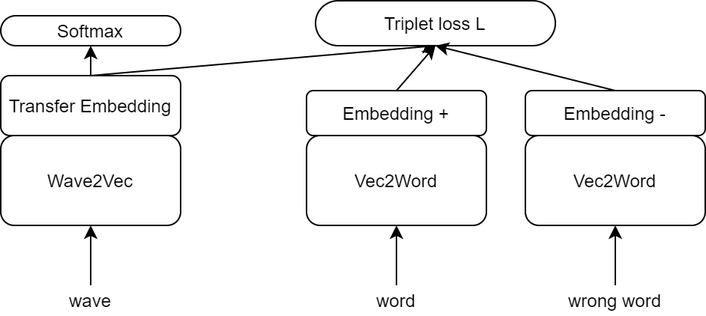
This is images/model_idea.png from NicolaiLassen/02456-deep-learning-corti, a draw.io export, as it was before one commit. Source tidied: cells renumbered, new cells last; positions are measured from the earlier drawing's top-left corner, leaving out a move shared by most shapes.
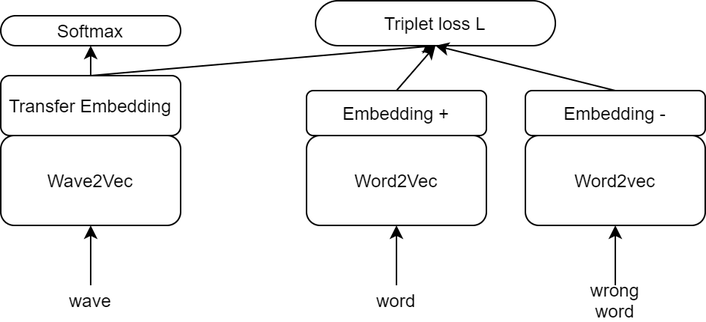
Later version of the same file.

The edit, as a diff of the source:
```diff
@@ -14,10 +14,10 @@
     <mxCell id="5" value="Triplet loss L" style="rounded=1;whiteSpace=wrap;html=1;arcSize=50;" parent="1" vertex="1">
       <mxGeometry x="210" width="160" height="30" as="geometry" />
     </mxCell>
-    <mxCell id="6" value="Vec2Word" style="rounded=1;whiteSpace=wrap;html=1;" parent="1" vertex="1">
+    <mxCell id="6" value="Word2Vec" style="rounded=1;whiteSpace=wrap;html=1;" parent="1" vertex="1">
       <mxGeometry x="204" y="90" width="120" height="60" as="geometry" />
     </mxCell>
-    <mxCell id="7" value="Vec2Word" style="rounded=1;whiteSpace=wrap;html=1;" parent="1" vertex="1">
+    <mxCell id="7" value="Word2vec" style="rounded=1;whiteSpace=wrap;html=1;" parent="1" vertex="1">
       <mxGeometry x="350" y="90" width="120" height="60" as="geometry" />
     </mxCell>
     <mxCell id="8" value="Wave2Vec" style="rounded=1;whiteSpace=wrap;html=1;" parent="1" vertex="1">
@@ -50,7 +50,7 @@
       <mxGeometry relative="1" as="geometry" />
     </mxCell>
     <mxCell id="17" value="wrong word" style="text;html=1;strokeColor=none;fillColor=none;align=center;verticalAlign=middle;whiteSpace=wrap;rounded=0;" parent="1" vertex="1">
-      <mxGeometry x="370" y="190" width="80" height="20" as="geometry" />
+      <mxGeometry x="390" y="190" width="40" height="20" as="geometry" />
     </mxCell>
     <mxCell id="18" value="wave" style="text;html=1;strokeColor=none;fillColor=none;align=center;verticalAlign=middle;whiteSpace=wrap;rounded=0;" parent="1" vertex="1">
       <mxGeometry x="40" y="190" width="40" height="20" as="geometry" />
```
